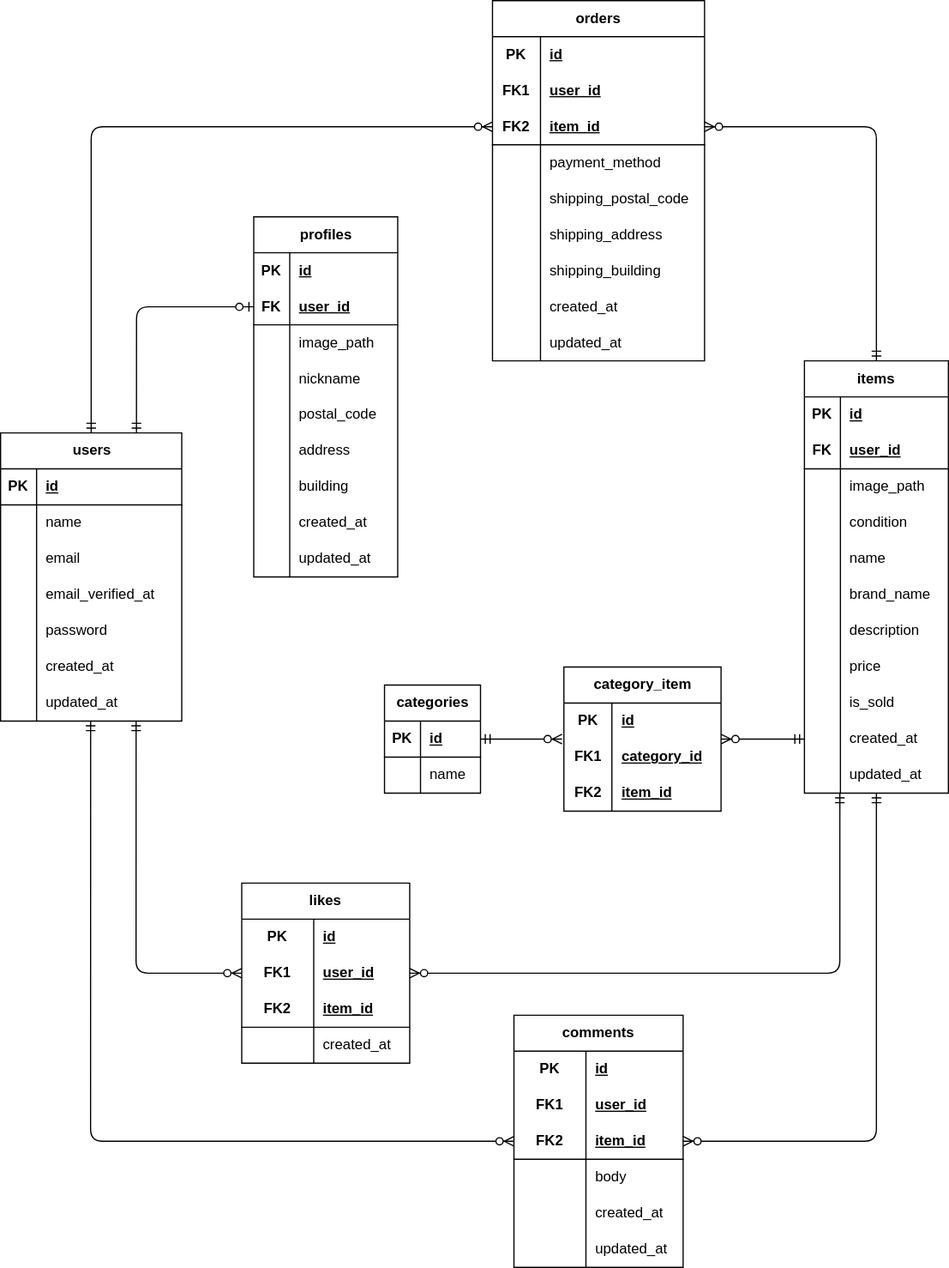
This is database-design.drawio.svg from sangwon-lee302/flea-market, a draw.io export, as it was before one commit. Source tidied: cells renumbered, new cells last; positions are measured from the earlier drawing's top-left corner, leaving out a move shared by most shapes.
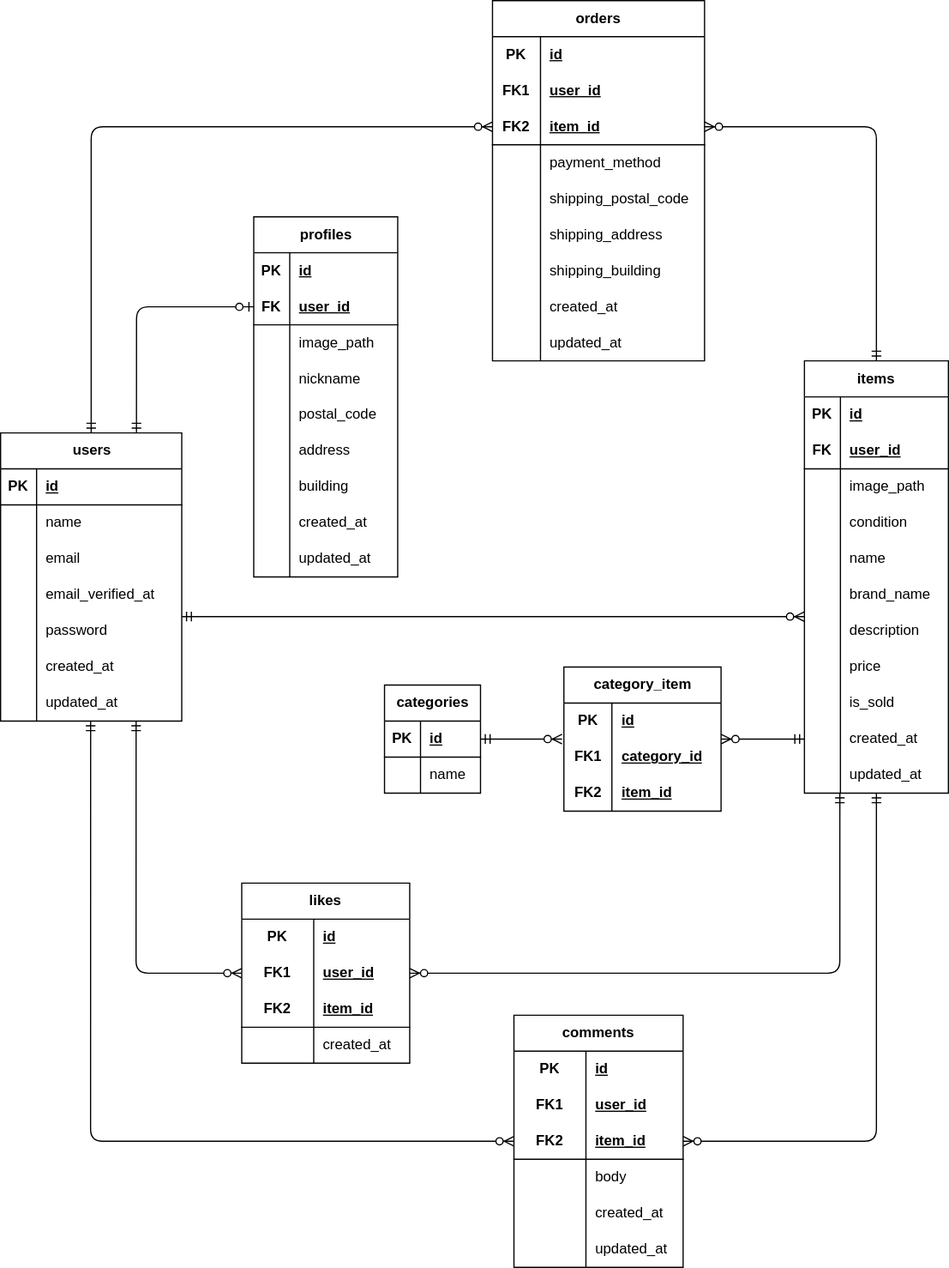
Above is the later version.

Change to the diagram source:
```diff
@@ -191,13 +191,6 @@
     <mxCell id="64" value="updated_at" style="shape=partialRectangle;fillColor=none;top=0;left=0;bottom=0;right=0;align=left;spacingLeft=6;overflow=hidden;html=1;whiteSpace=wrap;" parent="62" vertex="1">
       <mxGeometry x="30" width="90" height="30" as="geometry" />
     </mxCell>
-    <mxCell id="65" style="edgeStyle=entityRelationEdgeStyle;fontSize=12;html=1;endArrow=ERzeroToMany;startArrow=ERmandOne;exitX=1;exitY=0.5;exitDx=0;exitDy=0;entryX=0;entryY=0;entryDx=0;entryDy=0;entryPerimeter=0;" parent="1" edge="1" source="x" target="47">
-      <mxGeometry relative="1" as="geometry">
-        <Array as="points">
-          <mxPoint x="277" y="392.5" />
-        </Array>
-      </mxGeometry>
-    </mxCell>
     <mxCell id="66" value="category_item" style="shape=table;startSize=30;rowLines=0;fontStyle=1;align=center;html=1;whiteSpace=wrap;" parent="1" vertex="1">
       <mxGeometry x="469.5" y="555" width="131" height="120" as="geometry" />
     </mxCell>
@@ -521,5 +514,11 @@
     <mxCell id="172" style="edgeStyle=entityRelationEdgeStyle;fontSize=12;html=1;endArrow=ERzeroToMany;startArrow=ERmandOne;exitX=0;exitY=0.5;exitDx=0;exitDy=0;entryX=1;entryY=1;entryDx=0;entryDy=0;entryPerimeter=0;" parent="1" edge="1" source="59" target="67">
       <mxGeometry relative="1" as="geometry" />
     </mxCell>
+    <mxCell id="173" style="edgeStyle=entityRelationEdgeStyle;fontSize=12;html=1;endArrow=ERzeroToMany;startArrow=ERmandOne;exitX=1;exitY=0.5;exitDx=0;exitDy=0;entryX=0;entryY=0.5;entryDx=0;entryDy=0;" parent="1" edge="1">
+      <mxGeometry relative="1" as="geometry">
+        <mxPoint x="151" y="513" as="sourcePoint" />
+        <mxPoint x="670" y="513" as="targetPoint" />
+      </mxGeometry>
+    </mxCell>
   </root>
 </mxGraphModel>
```
